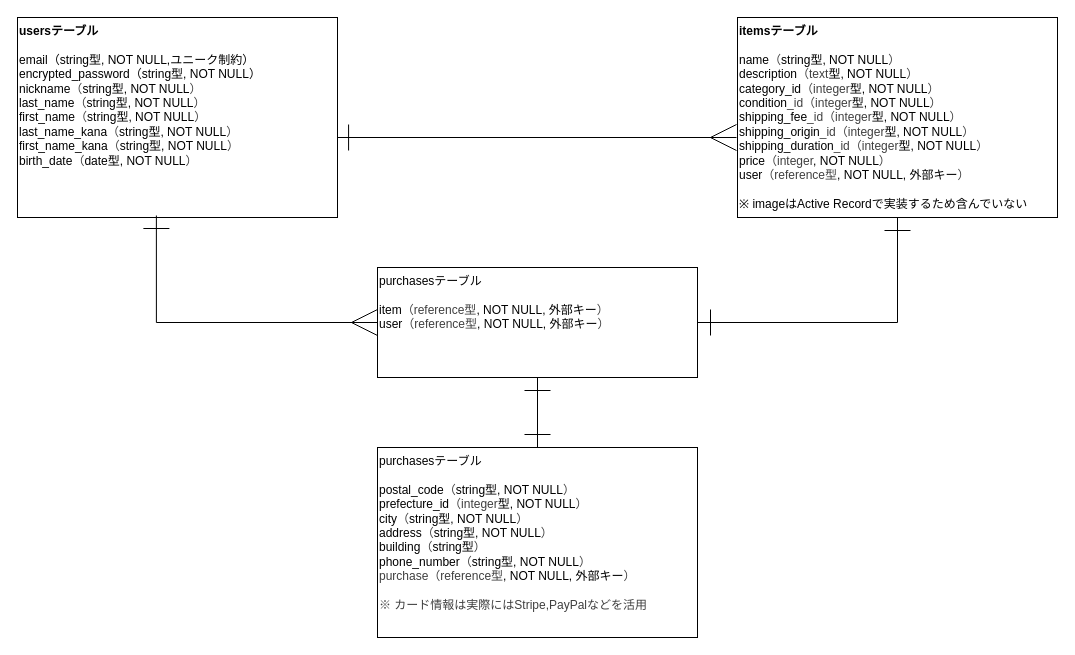
AS062206/furima-42123 keeps this draw.io diagram as frima.dio. Above is the earlier version. Source tidied: cells renumbered, new cells numbered last; positions are measured from the earlier drawing's top-left corner, leaving out a move shared by most shapes. Both pictures are drawn from the tidied source at 100%, with x=0, y=0 at pixel (17, 17).
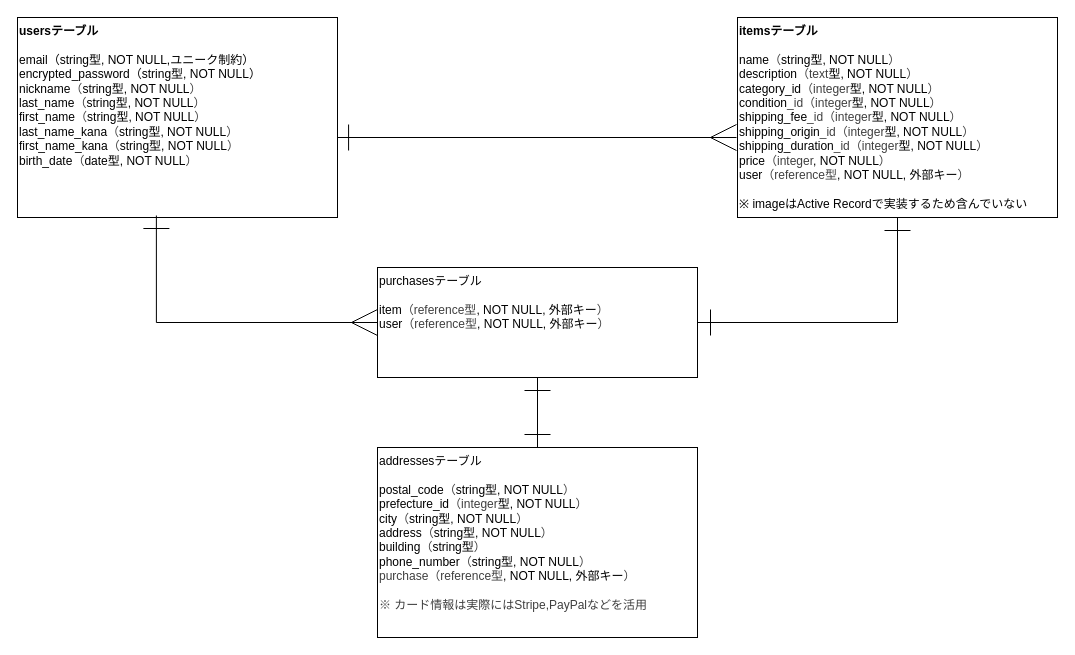
The same diagram, later.

Diff of the diagram source:
```diff
@@
 <mxGraphModel>
   <root>
     <mxCell id="0" />
     <mxCell id="1" parent="0" />
     <mxCell id="2" style="edgeStyle=none;html=1;exitX=0.994;exitY=0.6;exitDx=0;exitDy=0;rounded=0;curved=0;startArrow=ERone;startFill=0;endArrow=ERmany;endFill=0;strokeWidth=1;exitPerimeter=0;endSize=24;startSize=24;" parent="1" edge="1" source="3">
       <mxGeometry relative="1" as="geometry">
         <mxPoint x="719" y="120" as="targetPoint" />
       </mxGeometry>
     </mxCell>
     <mxCell id="3" value="&lt;b&gt;usersテーブル&lt;br&gt;&lt;/b&gt;&lt;br&gt;    email（string型, NOT NULL,ユニーク制約）&lt;div&gt;encrypted_password（&lt;span style=&quot;color: rgb(0, 0, 0); background-color: transparent;&quot;&gt;string型, NOT NULL&lt;/span&gt;&lt;span style=&quot;background-color: transparent;&quot;&gt;）&lt;/span&gt;&lt;/div&gt;&lt;div&gt;nickname&lt;span style=&quot;background-color: transparent; color: rgb(63, 63, 63);&quot;&gt;（&lt;/span&gt;&lt;span style=&quot;background-color: transparent; color: rgb(0, 0, 0);&quot;&gt;string型, NOT NULL&lt;/span&gt;&lt;span style=&quot;background-color: transparent; color: rgb(63, 63, 63);&quot;&gt;）&lt;/span&gt;&lt;/div&gt;&lt;div&gt;last_name&lt;span style=&quot;background-color: transparent; color: rgb(63, 63, 63);&quot;&gt;（&lt;/span&gt;&lt;span style=&quot;background-color: transparent; color: rgb(0, 0, 0);&quot;&gt;string型, NOT NULL&lt;/span&gt;&lt;span style=&quot;background-color: transparent; color: rgb(63, 63, 63);&quot;&gt;）&lt;/span&gt;&lt;/div&gt;&lt;div&gt;first_name&lt;span style=&quot;background-color: transparent; color: rgb(63, 63, 63);&quot;&gt;（&lt;/span&gt;&lt;span style=&quot;background-color: transparent; color: rgb(0, 0, 0);&quot;&gt;string型, NOT NULL&lt;/span&gt;&lt;span style=&quot;background-color: transparent; color: rgb(63, 63, 63);&quot;&gt;）&lt;/span&gt;&lt;/div&gt;&lt;div&gt;last_name_kana&lt;span style=&quot;background-color: transparent; color: rgb(63, 63, 63);&quot;&gt;（&lt;/span&gt;&lt;span style=&quot;background-color: transparent; color: rgb(0, 0, 0);&quot;&gt;string型, NOT NULL&lt;/span&gt;&lt;span style=&quot;background-color: transparent; color: rgb(63, 63, 63);&quot;&gt;）&lt;/span&gt;&lt;/div&gt;&lt;div&gt;first_name_kana&lt;span style=&quot;background-color: transparent; color: rgb(63, 63, 63);&quot;&gt;（&lt;/span&gt;&lt;span style=&quot;background-color: transparent; color: rgb(0, 0, 0);&quot;&gt;string型, NOT NULL&lt;/span&gt;&lt;span style=&quot;background-color: transparent; color: rgb(63, 63, 63);&quot;&gt;）&lt;/span&gt;&lt;/div&gt;&lt;div&gt;birth_date&lt;span style=&quot;background-color: transparent; color: rgb(63, 63, 63);&quot;&gt;（&lt;/span&gt;&lt;span style=&quot;background-color: transparent;&quot;&gt;&lt;font color=&quot;#000000&quot;&gt;date型, NOT NULL&lt;/font&gt;&lt;/span&gt;&lt;span style=&quot;background-color: transparent; color: rgb(63, 63, 63);&quot;&gt;）&lt;/span&gt;&lt;/div&gt;" style="rounded=0;whiteSpace=wrap;html=1;align=left;verticalAlign=top;" parent="1" vertex="1">
       <mxGeometry width="320" height="200" as="geometry" />
     </mxCell>
     <mxCell id="4" style="edgeStyle=orthogonalEdgeStyle;html=1;exitX=0.5;exitY=1;exitDx=0;exitDy=0;rounded=0;curved=0;endArrow=ERone;endFill=0;startArrow=ERone;startFill=0;endSize=24;startSize=24;entryX=1;entryY=0.5;entryDx=0;entryDy=0;" parent="1" edge="1" source="5" target="7">
       <mxGeometry relative="1" as="geometry" />
     </mxCell>
     <mxCell id="5" value="&lt;b&gt;itemsテーブル&lt;/b&gt;&lt;br&gt;&lt;br&gt;   name&lt;span style=&quot;background-color: transparent; color: rgb(63, 63, 63);&quot;&gt;（&lt;/span&gt;&lt;span style=&quot;background-color: transparent; color: rgb(0, 0, 0);&quot;&gt;string型, NOT NULL&lt;/span&gt;&lt;span style=&quot;background-color: transparent; color: rgb(63, 63, 63);&quot;&gt;）&lt;/span&gt;&lt;div&gt;description&lt;span style=&quot;background-color: transparent; color: rgb(63, 63, 63);&quot;&gt;（text&lt;/span&gt;&lt;span style=&quot;background-color: transparent; color: rgb(0, 0, 0);&quot;&gt;型, NOT NULL&lt;/span&gt;&lt;span style=&quot;background-color: transparent; color: rgb(63, 63, 63);&quot;&gt;）&lt;/span&gt;&lt;/div&gt;&lt;div&gt;category_id&lt;span style=&quot;background-color: transparent; color: rgb(63, 63, 63);&quot;&gt;（integer&lt;/span&gt;&lt;span style=&quot;background-color: transparent; color: rgb(0, 0, 0);&quot;&gt;型, NOT NULL&lt;/span&gt;&lt;span style=&quot;background-color: transparent; color: rgb(63, 63, 63);&quot;&gt;）&lt;/span&gt;&lt;/div&gt;&lt;div&gt;condition&lt;span style=&quot;background-color: transparent; color: rgb(0, 0, 0);&quot;&gt;&lt;span style=&quot;color: rgb(63, 63, 63);&quot;&gt;_id&lt;/span&gt;&lt;span style=&quot;background-color: transparent; color: rgb(63, 63, 63);&quot;&gt;（integer&lt;/span&gt;型, NOT NULL&lt;/span&gt;&lt;span style=&quot;background-color: transparent; color: rgb(63, 63, 63);&quot;&gt;）&lt;/span&gt;&lt;/div&gt;&lt;div&gt;shipping_fee&lt;span style=&quot;background-color: transparent; color: rgb(0, 0, 0);&quot;&gt;&lt;span style=&quot;color: rgb(63, 63, 63);&quot;&gt;_id&lt;/span&gt;&lt;span style=&quot;background-color: transparent; color: rgb(63, 63, 63);&quot;&gt;（integer&lt;/span&gt;型, NOT NULL&lt;/span&gt;&lt;span style=&quot;background-color: transparent; color: rgb(63, 63, 63);&quot;&gt;）&lt;/span&gt;&lt;/div&gt;&lt;div&gt;shipping_origin&lt;span style=&quot;background-color: transparent; color: rgb(0, 0, 0);&quot;&gt;&lt;span style=&quot;color: rgb(63, 63, 63);&quot;&gt;_id&lt;/span&gt;&lt;span style=&quot;background-color: transparent; color: rgb(63, 63, 63);&quot;&gt;（integer&lt;/span&gt;型, NOT NULL&lt;/span&gt;&lt;span style=&quot;background-color: transparent; color: rgb(63, 63, 63);&quot;&gt;）&lt;/span&gt;&lt;/div&gt;&lt;div&gt;shipping_duration&lt;span style=&quot;background-color: transparent; color: rgb(0, 0, 0);&quot;&gt;&lt;span style=&quot;color: rgb(63, 63, 63);&quot;&gt;_id&lt;/span&gt;&lt;span style=&quot;background-color: transparent; color: rgb(63, 63, 63);&quot;&gt;（integer&lt;/span&gt;型, NOT NULL&lt;/span&gt;&lt;span style=&quot;background-color: transparent; color: rgb(63, 63, 63);&quot;&gt;）&lt;/span&gt;&lt;/div&gt;&lt;div&gt;price&lt;span style=&quot;background-color: transparent; color: rgb(63, 63, 63);&quot;&gt;（integer&lt;/span&gt;&lt;span style=&quot;background-color: transparent; color: rgb(0, 0, 0);&quot;&gt;, NOT NULL&lt;/span&gt;&lt;span style=&quot;background-color: transparent; color: rgb(63, 63, 63);&quot;&gt;）&lt;/span&gt;&lt;/div&gt;&lt;div&gt;user&lt;span style=&quot;color: rgb(63, 63, 63); background-color: transparent;&quot;&gt;（reference型&lt;/span&gt;&lt;span style=&quot;color: rgb(0, 0, 0); background-color: transparent;&quot;&gt;, NOT NULL, 外部キー&lt;/span&gt;&lt;span style=&quot;color: rgb(63, 63, 63); background-color: transparent;&quot;&gt;）&lt;/span&gt;&lt;br&gt;&lt;br&gt;※ imageはActive Recordで実装するため含んでいない&lt;/div&gt;" style="rounded=0;whiteSpace=wrap;html=1;align=left;verticalAlign=top;horizontal=1;" parent="1" vertex="1">
       <mxGeometry x="720" width="320" height="200" as="geometry" />
     </mxCell>
     <mxCell id="6" style="edgeStyle=orthogonalEdgeStyle;html=1;exitX=0;exitY=0.5;exitDx=0;exitDy=0;entryX=0.434;entryY=0.99;entryDx=0;entryDy=0;entryPerimeter=0;rounded=0;curved=0;endArrow=ERone;endFill=0;startArrow=ERmany;startFill=0;endSize=24;startSize=24;" parent="1" edge="1" source="7" target="3">
       <mxGeometry relative="1" as="geometry" />
     </mxCell>
     <mxCell id="7" value="purchasesテーブル&lt;br&gt;&lt;br&gt;&lt;div&gt;&lt;span style=&quot;background-color: transparent;&quot;&gt;item&lt;/span&gt;&lt;span style=&quot;background-color: transparent; color: rgb(63, 63, 63);&quot;&gt;（reference型&lt;/span&gt;&lt;span style=&quot;background-color: transparent; color: rgb(0, 0, 0);&quot;&gt;, NOT NULL, 外部キー&lt;/span&gt;&lt;span style=&quot;background-color: transparent; color: rgb(63, 63, 63);&quot;&gt;）&lt;/span&gt;&lt;div&gt;user&lt;span style=&quot;background-color: transparent; color: rgb(63, 63, 63);&quot;&gt;（reference型&lt;/span&gt;&lt;span style=&quot;background-color: transparent; color: rgb(0, 0, 0);&quot;&gt;, NOT NULL, 外部キー&lt;/span&gt;&lt;span style=&quot;background-color: transparent; color: rgb(63, 63, 63);&quot;&gt;）&lt;/span&gt;&lt;/div&gt;&lt;/div&gt;" style="rounded=0;whiteSpace=wrap;html=1;align=left;verticalAlign=top;" parent="1" vertex="1">
       <mxGeometry x="360" y="250" width="320" height="110" as="geometry" />
     </mxCell>
-    <mxCell id="8" value="purchasesテーブル&lt;br&gt;&lt;br&gt;postal_code&lt;span style=&quot;color: rgb(63, 63, 63);&quot;&gt;（&lt;/span&gt;&lt;span style=&quot;background-color: transparent; color: rgb(0, 0, 0);&quot;&gt;string型, NOT NULL&lt;/span&gt;&lt;span style=&quot;color: rgb(63, 63, 63); background-color: transparent;&quot;&gt;）&lt;/span&gt;&lt;br&gt;prefecture_id&lt;span style=&quot;color: rgb(63, 63, 63);&quot;&gt;（integer&lt;/span&gt;&lt;span style=&quot;background-color: transparent; color: rgb(0, 0, 0);&quot;&gt;型, NOT NULL&lt;/span&gt;&lt;span style=&quot;color: rgb(63, 63, 63); background-color: transparent;&quot;&gt;）&lt;/span&gt;&lt;br&gt;city&lt;span style=&quot;color: rgb(63, 63, 63);&quot;&gt;（&lt;/span&gt;&lt;span style=&quot;background-color: transparent; color: rgb(0, 0, 0);&quot;&gt;string型, NOT NULL&lt;/span&gt;&lt;span style=&quot;color: rgb(63, 63, 63); background-color: transparent;&quot;&gt;）&lt;/span&gt;&lt;br&gt;address&lt;span style=&quot;color: rgb(63, 63, 63);&quot;&gt;（&lt;/span&gt;&lt;span style=&quot;background-color: transparent; color: rgb(0, 0, 0);&quot;&gt;string型, NOT NULL&lt;/span&gt;&lt;span style=&quot;color: rgb(63, 63, 63); background-color: transparent;&quot;&gt;）&lt;/span&gt;&lt;br&gt;building&lt;span style=&quot;color: rgb(63, 63, 63);&quot;&gt;（&lt;/span&gt;&lt;span style=&quot;background-color: transparent; color: rgb(0, 0, 0);&quot;&gt;string型&lt;/span&gt;&lt;span style=&quot;color: rgb(63, 63, 63); background-color: transparent;&quot;&gt;）&lt;/span&gt;&lt;br&gt;phone_number&lt;span style=&quot;color: rgb(63, 63, 63);&quot;&gt;（&lt;/span&gt;&lt;span style=&quot;background-color: transparent; color: rgb(0, 0, 0);&quot;&gt;string型, NOT NULL&lt;/span&gt;&lt;span style=&quot;color: rgb(63, 63, 63); background-color: transparent;&quot;&gt;）&lt;/span&gt;&lt;div&gt;&lt;span style=&quot;background-color: transparent; color: rgb(63, 63, 63);&quot;&gt;purchase（reference型&lt;/span&gt;&lt;span style=&quot;background-color: transparent; color: rgb(0, 0, 0);&quot;&gt;, NOT NULL, 外部キー&lt;/span&gt;&lt;span style=&quot;background-color: transparent; color: rgb(63, 63, 63);&quot;&gt;）&lt;/span&gt;&lt;/div&gt;&lt;div&gt;&lt;div&gt;&lt;div&gt; &lt;div&gt;&lt;span style=&quot;background-color: transparent; color: rgb(63, 63, 63);&quot;&gt;&lt;br&gt;&lt;/span&gt;&lt;/div&gt;&lt;div&gt;&lt;span style=&quot;background-color: transparent; color: rgb(63, 63, 63);&quot;&gt;&lt;span style=&quot;color: rgb(63, 63, 63);&quot;&gt;※ カード情報は実際にはStripe,PayPalなどを活用&lt;/span&gt;&lt;/span&gt;&lt;/div&gt;&lt;/div&gt;&lt;/div&gt;&lt;/div&gt;" style="rounded=0;whiteSpace=wrap;html=1;align=left;verticalAlign=top;" parent="1" vertex="1">
+    <mxCell id="8" value="addressesテーブル&lt;br&gt;&lt;br&gt;postal_code&lt;span style=&quot;color: rgb(63, 63, 63);&quot;&gt;（&lt;/span&gt;&lt;span style=&quot;background-color: transparent; color: rgb(0, 0, 0);&quot;&gt;string型, NOT NULL&lt;/span&gt;&lt;span style=&quot;color: rgb(63, 63, 63); background-color: transparent;&quot;&gt;）&lt;/span&gt;&lt;br&gt;prefecture_id&lt;span style=&quot;color: rgb(63, 63, 63);&quot;&gt;（integer&lt;/span&gt;&lt;span style=&quot;background-color: transparent; color: rgb(0, 0, 0);&quot;&gt;型, NOT NULL&lt;/span&gt;&lt;span style=&quot;color: rgb(63, 63, 63); background-color: transparent;&quot;&gt;）&lt;/span&gt;&lt;br&gt;city&lt;span style=&quot;color: rgb(63, 63, 63);&quot;&gt;（&lt;/span&gt;&lt;span style=&quot;background-color: transparent; color: rgb(0, 0, 0);&quot;&gt;string型, NOT NULL&lt;/span&gt;&lt;span style=&quot;color: rgb(63, 63, 63); background-color: transparent;&quot;&gt;）&lt;/span&gt;&lt;br&gt;address&lt;span style=&quot;color: rgb(63, 63, 63);&quot;&gt;（&lt;/span&gt;&lt;span style=&quot;background-color: transparent; color: rgb(0, 0, 0);&quot;&gt;string型, NOT NULL&lt;/span&gt;&lt;span style=&quot;color: rgb(63, 63, 63); background-color: transparent;&quot;&gt;）&lt;/span&gt;&lt;br&gt;building&lt;span style=&quot;color: rgb(63, 63, 63);&quot;&gt;（&lt;/span&gt;&lt;span style=&quot;background-color: transparent; color: rgb(0, 0, 0);&quot;&gt;string型&lt;/span&gt;&lt;span style=&quot;color: rgb(63, 63, 63); background-color: transparent;&quot;&gt;）&lt;/span&gt;&lt;br&gt;phone_number&lt;span style=&quot;color: rgb(63, 63, 63);&quot;&gt;（&lt;/span&gt;&lt;span style=&quot;background-color: transparent; color: rgb(0, 0, 0);&quot;&gt;string型, NOT NULL&lt;/span&gt;&lt;span style=&quot;color: rgb(63, 63, 63); background-color: transparent;&quot;&gt;）&lt;/span&gt;&lt;div&gt;&lt;span style=&quot;background-color: transparent; color: rgb(63, 63, 63);&quot;&gt;purchase（reference型&lt;/span&gt;&lt;span style=&quot;background-color: transparent; color: rgb(0, 0, 0);&quot;&gt;, NOT NULL, 外部キー&lt;/span&gt;&lt;span style=&quot;background-color: transparent; color: rgb(63, 63, 63);&quot;&gt;）&lt;/span&gt;&lt;/div&gt;&lt;div&gt;&lt;div&gt;&lt;div&gt; &lt;div&gt;&lt;span style=&quot;background-color: transparent; color: rgb(63, 63, 63);&quot;&gt;&lt;br&gt;&lt;/span&gt;&lt;/div&gt;&lt;div&gt;&lt;span style=&quot;background-color: transparent; color: rgb(63, 63, 63);&quot;&gt;&lt;span style=&quot;color: rgb(63, 63, 63);&quot;&gt;※ カード情報は実際にはStripe,PayPalなどを活用&lt;/span&gt;&lt;/span&gt;&lt;/div&gt;&lt;/div&gt;&lt;/div&gt;&lt;/div&gt;" style="rounded=0;whiteSpace=wrap;html=1;align=left;verticalAlign=top;" parent="1" vertex="1">
       <mxGeometry x="360" y="430" width="320" height="190" as="geometry" />
     </mxCell>
     <mxCell id="9" style="edgeStyle=orthogonalEdgeStyle;html=1;exitX=0.5;exitY=1;exitDx=0;exitDy=0;rounded=0;curved=0;endArrow=ERone;endFill=0;startArrow=ERone;startFill=0;endSize=24;startSize=24;entryX=0.5;entryY=0;entryDx=0;entryDy=0;" parent="1" edge="1" source="7" target="8">
       <mxGeometry relative="1" as="geometry" />
     </mxCell>
   </root>
 </mxGraphModel>
```
